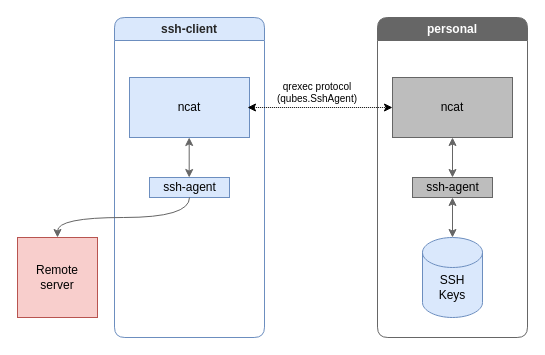
The draw.io diagram split-ssh2.drawio in ephemer4l/qubes-splitssh-diagram, before the edit. Source tidied: cells renumbered, new cells numbered last; positions are measured from the earlier drawing's top-left corner, leaving out a move shared by most shapes. Both pictures are drawn from the tidied source at 100%, with x=0, y=0 at pixel (17, 17).
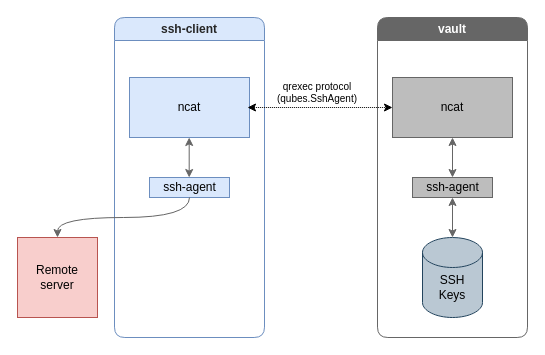
After the change.

The edit, as a diff of the source:
```diff
@@
-    <mxCell id="2" value="personal" style="swimlane;whiteSpace=wrap;html=1;rounded=1;shadow=0;glass=0;comic=0;startSize=23;swimlaneFillColor=#ffffff;fontColor=#ffffff;fillColor=#666666;strokeColor=#666666;" parent="1" vertex="1">
+    <mxCell id="2" value="vault" style="swimlane;whiteSpace=wrap;html=1;rounded=1;shadow=0;glass=0;comic=0;startSize=23;swimlaneFillColor=#ffffff;fontColor=#ffffff;fillColor=#666666;strokeColor=#666666;" parent="1" vertex="1">
       <mxGeometry x="360" width="150" height="320" as="geometry" />
     </mxCell>
-    <mxCell id="3" style="shape=cylinder3;whiteSpace=wrap;html=1;boundedLbl=1;backgroundOutline=1;size=15;rounded=0;glass=0;comic=0;strokeColor=#6C8EBF;strokeWidth=1;fillColor=#DAE8FC;" parent="2" vertex="1">
+    <mxCell id="3" style="shape=cylinder3;whiteSpace=wrap;html=1;boundedLbl=1;backgroundOutline=1;size=15;rounded=0;glass=0;comic=0;strokeColor=#23445d;strokeWidth=1;fillColor=#bac8d3;" parent="2" vertex="1">
       <mxGeometry x="45" y="220" width="60" height="80" as="geometry" />
     </mxCell>
```
